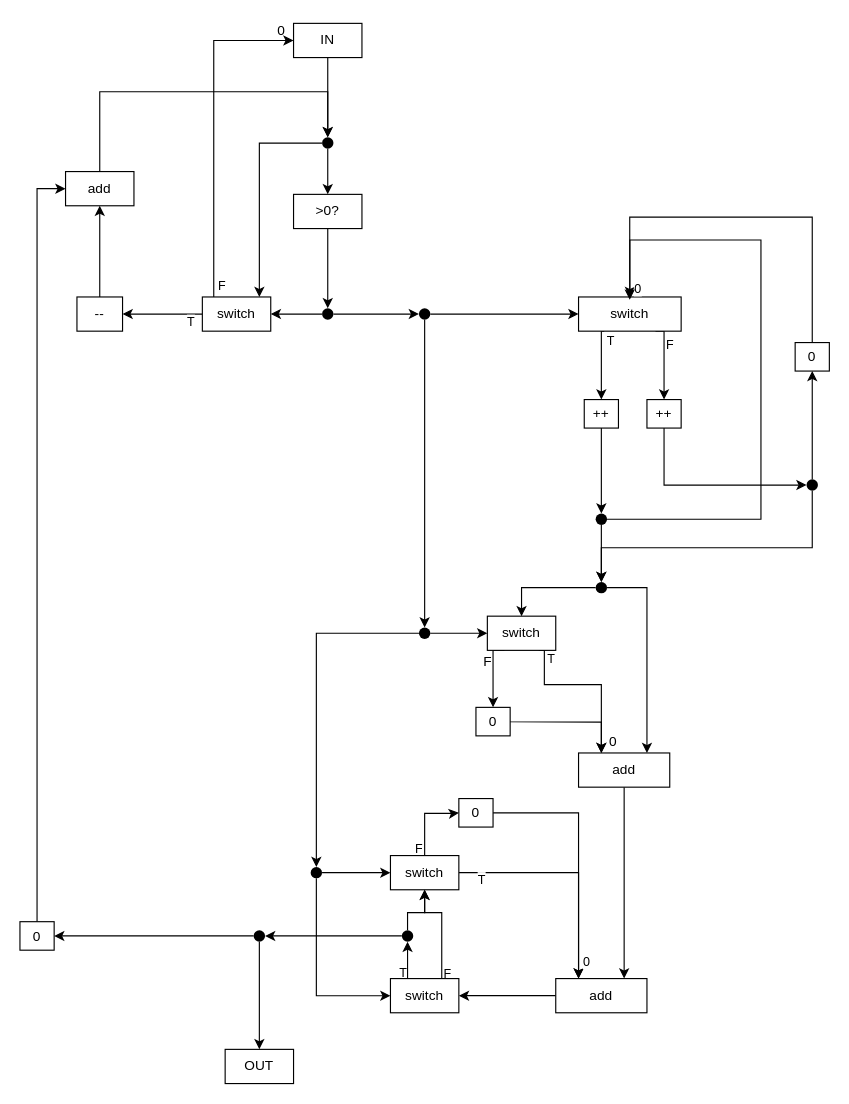
dezhic/Dataflow keeps this draw.io diagram as Dataflow3.drawio. Above is the earlier version. Source tidied: cells renumbered, new cells numbered last; positions are measured from the earlier drawing's top-left corner, leaving out a move shared by most shapes. Both pictures are drawn from the tidied source at 114%, with x=0, y=0 at pixel (19, 19).
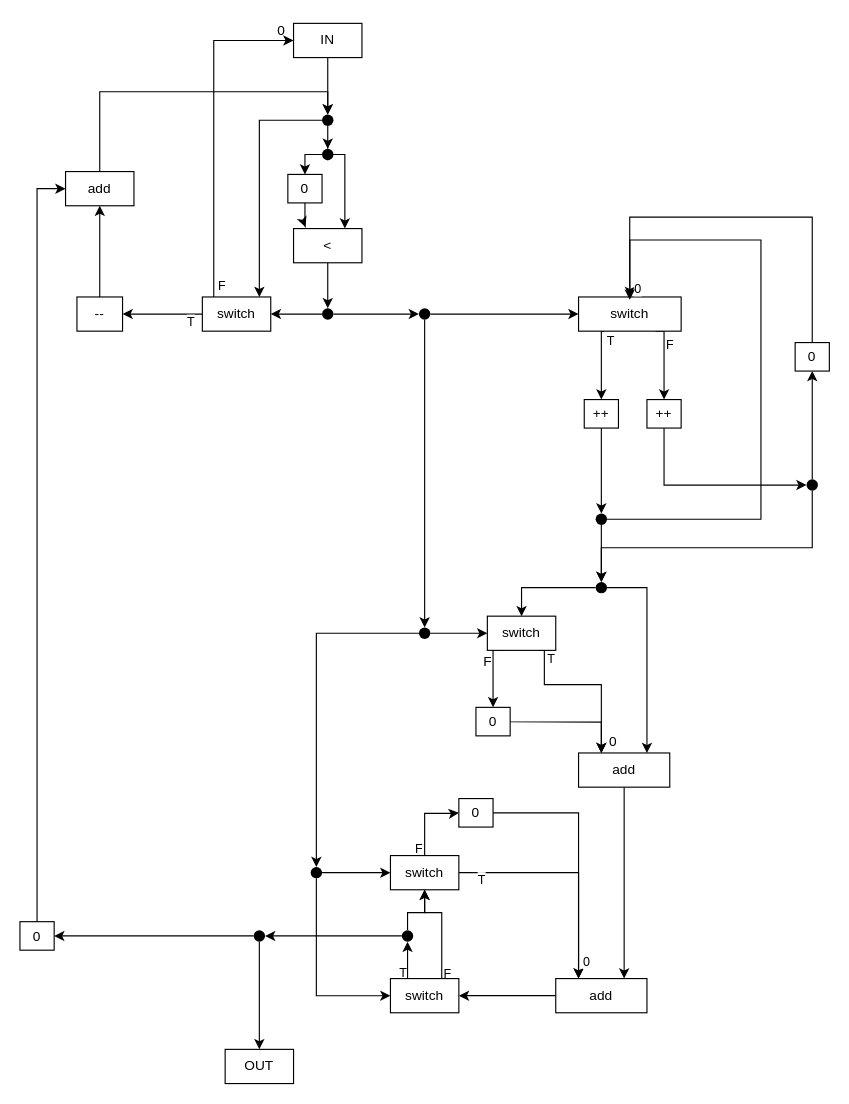
Above is the later version.

Commit message:
Adjust constant actor to match the implementation >0 --> <

Unchanged cells that the change refers to:
```xml
<mxCell id="16" value="switch" style="rounded=0;whiteSpace=wrap;html=1;" parent="1" vertex="1">
  <mxGeometry x="160" y="243" width="60" height="30" as="geometry" />
</mxCell>
```

The edit, as a diff of the source:
```diff
@@
-    <mxCell id="2" style="edgeStyle=orthogonalEdgeStyle;rounded=0;jettySize=auto;html=1;" parent="1" edge="1" source="4" target="8">
-      <mxGeometry relative="1" as="geometry" />
-    </mxCell>
     <mxCell id="3" style="edgeStyle=orthogonalEdgeStyle;rounded=0;jettySize=auto;html=1;" parent="1" edge="1" source="4" target="16">
       <mxGeometry relative="1" as="geometry">
         <Array as="points">
-          <mxPoint x="210" y="108" />
+          <mxPoint x="270" y="88" />
+          <mxPoint x="210" y="88" />
         </Array>
       </mxGeometry>
     </mxCell>
+    <mxCell id="86" style="edgeStyle=orthogonalEdgeStyle;rounded=0;jettySize=auto;html=1;entryX=0.5;entryY=0;entryDx=0;entryDy=0;" parent="1" edge="1" source="4" target="89">
+      <mxGeometry relative="1" as="geometry" />
+    </mxCell>
     <mxCell id="4" style="ellipse;fillColor=#000000;strokeColor=none;" parent="1" vertex="1">
-      <mxGeometry x="265" y="103" width="10" height="10" as="geometry" />
+      <mxGeometry x="265" y="83" width="10" height="10" as="geometry" />
     </mxCell>
@@
-    <mxCell id="8" value="&amp;gt;0?" style="rounded=0;whiteSpace=wrap;html=1;" parent="1" vertex="1">
-      <mxGeometry x="240" y="153" width="60" height="30" as="geometry" />
+    <mxCell id="8" value="&amp;lt;" style="rounded=0;whiteSpace=wrap;html=1;" parent="1" vertex="1">
+      <mxGeometry x="240" y="183" width="60" height="30" as="geometry" />
     </mxCell>
@@
+    <mxCell id="87" style="edgeStyle=orthogonalEdgeStyle;rounded=0;jettySize=auto;html=1;exitX=0.5;exitY=1;exitDx=0;exitDy=0;entryX=0.75;entryY=0;entryDx=0;entryDy=0;" parent="1" edge="1" source="89" target="8">
+      <mxGeometry relative="1" as="geometry">
+        <Array as="points">
+          <mxPoint x="270" y="118" />
+          <mxPoint x="285" y="118" />
+        </Array>
+      </mxGeometry>
+    </mxCell>
+    <mxCell id="88" style="edgeStyle=orthogonalEdgeStyle;rounded=0;jettySize=auto;html=1;entryX=0.5;entryY=0;entryDx=0;entryDy=0;" parent="1" edge="1" source="89" target="91">
+      <mxGeometry relative="1" as="geometry">
+        <Array as="points">
+          <mxPoint x="250" y="118" />
+        </Array>
+      </mxGeometry>
+    </mxCell>
+    <mxCell id="89" style="ellipse;fillColor=#000000;strokeColor=none;" parent="1" vertex="1">
+      <mxGeometry x="265" y="113" width="10" height="10" as="geometry" />
+    </mxCell>
+    <mxCell id="90" style="edgeStyle=orthogonalEdgeStyle;rounded=0;jettySize=auto;html=1;entryX=0.174;entryY=-0.046;entryDx=0;entryDy=0;entryPerimeter=0;" parent="1" edge="1" source="91" target="8">
+      <mxGeometry relative="1" as="geometry" />
+    </mxCell>
+    <mxCell id="91" value="0" style="rounded=0;whiteSpace=wrap;html=1;" parent="1" vertex="1">
+      <mxGeometry x="235" y="135.5" width="30" height="25" as="geometry" />
+    </mxCell>
```
